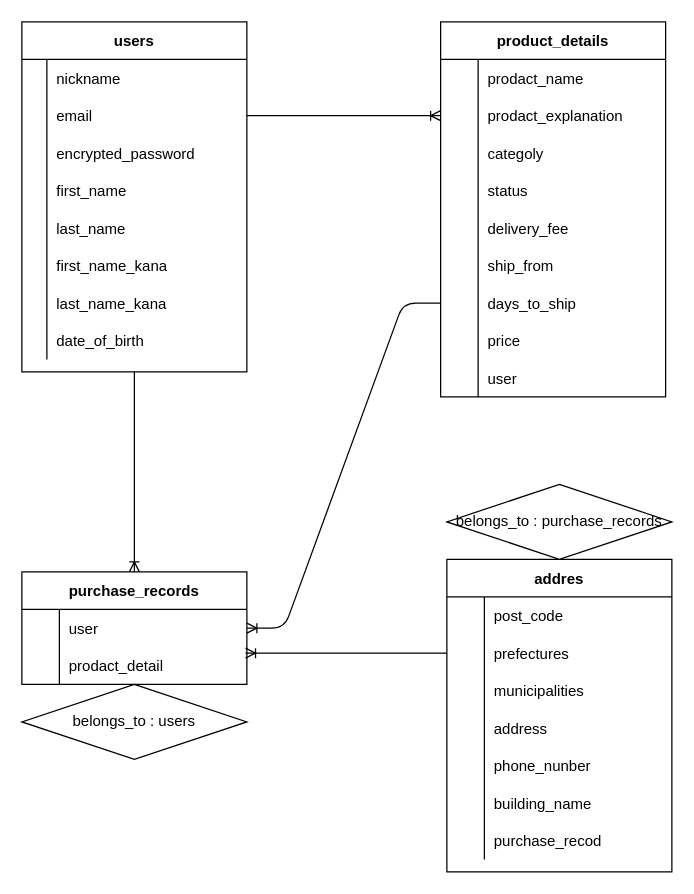
This is config/test.dio from kohei0811/furima-29622, a draw.io file, before an edit. Source tidied: cells renumbered, new cells numbered last; positions are measured from the earlier drawing's top-left corner, leaving out a move shared by most shapes. Both pictures are drawn from the tidied source at 125%, with x=0, y=0 at pixel (21, 21).
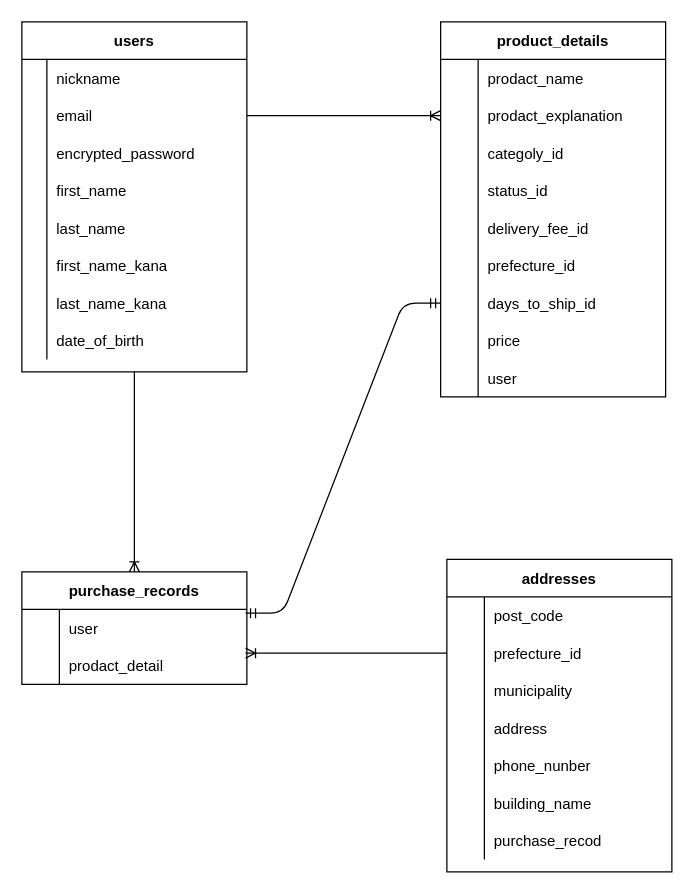
Above is the later version.

Commit message (it also covers changes not shown here):
ER図、READMEの修正4

The change refers to these unchanged cells:
```xml
<mxCell id="34" style="shape=partialRectangle;fillColor=none;top=0;left=0;bottom=0;right=0;" parent="27" vertex="1">
  <mxGeometry y="90" width="180" height="30" as="geometry" />
</mxCell>
<mxCell id="37" style="shape=partialRectangle;fillColor=none;top=0;left=0;bottom=0;right=0;" parent="27" vertex="1">
  <mxGeometry y="120" width="180" height="30" as="geometry" />
</mxCell>
<mxCell id="40" style="shape=partialRectangle;fillColor=none;top=0;left=0;bottom=0;right=0;" parent="27" vertex="1">
  <mxGeometry y="150" width="180" height="30" as="geometry" />
</mxCell>
<mxCell id="43" style="shape=partialRectangle;fillColor=none;top=0;left=0;bottom=0;right=0;" parent="27" vertex="1">
  <mxGeometry y="180" width="180" height="30" as="geometry" />
</mxCell>
<mxCell id="46" style="shape=partialRectangle;fillColor=none;top=0;left=0;bottom=0;right=0;points=[[0,0.5],[1,0.5]];portConstraint=eastwest;" parent="27" vertex="1">
  <mxGeometry y="210" width="180" height="30" as="geometry" />
</mxCell>
<mxCell id="55" value="purchase_records" style="shape=table;startSize=30;childLayout=tableLayout;rowLines=0;fontStyle=1;align=center;" parent="1" vertex="1">
  <mxGeometry y="440" width="180" height="90" as="geometry" />
</mxCell>
<mxCell id="56" style="shape=partialRectangle;fillColor=none;top=0;left=0;bottom=0;right=0;points=[[0,0.5],[1,0.5]];portConstraint=eastwest;" parent="55" vertex="1">
  <mxGeometry y="30" width="180" height="30" as="geometry" />
</mxCell>
<mxCell id="66" style="shape=partialRectangle;fillColor=none;top=0;left=0;bottom=0;right=0;points=[[0,0.5],[1,0.5]];portConstraint=eastwest;" parent="62" vertex="1">
  <mxGeometry y="60" width="180" height="30" as="geometry" />
</mxCell>
<mxCell id="69" style="shape=partialRectangle;fillColor=none;top=0;left=0;bottom=0;right=0;" parent="62" vertex="1">
  <mxGeometry y="90" width="180" height="30" as="geometry" />
</mxCell>
```

Change to the diagram source:
```diff
@@
-    <mxCell id="36" value="categoly" style="shape=partialRectangle;fillColor=none;top=0;left=0;bottom=0;right=0;align=left;spacingLeft=6;overflow=hidden;" parent="34" vertex="1">
+    <mxCell id="36" value="categoly_id" style="shape=partialRectangle;fillColor=none;top=0;left=0;bottom=0;right=0;align=left;spacingLeft=6;overflow=hidden;" parent="34" vertex="1">
       <mxGeometry x="30" width="150" height="30" as="geometry" />
     </mxCell>
@@
-    <mxCell id="39" value="status" style="shape=partialRectangle;fillColor=none;top=0;left=0;bottom=0;right=0;align=left;spacingLeft=6;overflow=hidden;" parent="37" vertex="1">
+    <mxCell id="39" value="status_id" style="shape=partialRectangle;fillColor=none;top=0;left=0;bottom=0;right=0;align=left;spacingLeft=6;overflow=hidden;" parent="37" vertex="1">
       <mxGeometry x="30" width="150" height="30" as="geometry" />
     </mxCell>
@@
-    <mxCell id="42" value="delivery_fee" style="shape=partialRectangle;fillColor=none;top=0;left=0;bottom=0;right=0;align=left;spacingLeft=6;overflow=hidden;" parent="40" vertex="1">
+    <mxCell id="42" value="delivery_fee_id" style="shape=partialRectangle;fillColor=none;top=0;left=0;bottom=0;right=0;align=left;spacingLeft=6;overflow=hidden;" parent="40" vertex="1">
       <mxGeometry x="30" width="150" height="30" as="geometry" />
     </mxCell>
@@
-    <mxCell id="45" value="ship_from" style="shape=partialRectangle;fillColor=none;top=0;left=0;bottom=0;right=0;align=left;spacingLeft=6;overflow=hidden;" parent="43" vertex="1">
+    <mxCell id="45" value="prefecture_id" style="shape=partialRectangle;fillColor=none;top=0;left=0;bottom=0;right=0;align=left;spacingLeft=6;overflow=hidden;" parent="43" vertex="1">
       <mxGeometry x="30" width="150" height="30" as="geometry" />
     </mxCell>
@@
-    <mxCell id="48" value="days_to_ship" style="shape=partialRectangle;fillColor=none;top=0;left=0;bottom=0;right=0;align=left;spacingLeft=6;overflow=hidden;" parent="46" vertex="1">
+    <mxCell id="48" value="days_to_ship_id" style="shape=partialRectangle;fillColor=none;top=0;left=0;bottom=0;right=0;align=left;spacingLeft=6;overflow=hidden;" parent="46" vertex="1">
       <mxGeometry x="30" width="150" height="30" as="geometry" />
     </mxCell>
@@
-    <mxCell id="62" value="addres" style="shape=table;startSize=30;childLayout=tableLayout;rowLines=0;fontStyle=1;align=center;" parent="1" vertex="1">
+    <mxCell id="62" value="addresses" style="shape=table;startSize=30;childLayout=tableLayout;rowLines=0;fontStyle=1;align=center;" parent="1" vertex="1">
       <mxGeometry x="340" y="430" width="180" height="250" as="geometry" />
     </mxCell>
@@
-    <mxCell id="68" value="prefectures" style="shape=partialRectangle;fillColor=none;top=0;left=0;bottom=0;right=0;align=left;spacingLeft=6;overflow=hidden;" parent="66" vertex="1">
+    <mxCell id="68" value="prefecture_id" style="shape=partialRectangle;fillColor=none;top=0;left=0;bottom=0;right=0;align=left;spacingLeft=6;overflow=hidden;" parent="66" vertex="1">
       <mxGeometry x="30" width="150" height="30" as="geometry" />
     </mxCell>
@@
-    <mxCell id="71" value="municipalities" style="shape=partialRectangle;fillColor=none;top=0;left=0;bottom=0;right=0;align=left;spacingLeft=6;overflow=hidden;" parent="69" vertex="1">
+    <mxCell id="71" value="municipality" style="shape=partialRectangle;fillColor=none;top=0;left=0;bottom=0;right=0;align=left;spacingLeft=6;overflow=hidden;" parent="69" vertex="1">
       <mxGeometry x="30" width="150" height="30" as="geometry" />
     </mxCell>
@@
-    <mxCell id="85" value="belongs_to : users" style="shape=rhombus;perimeter=rhombusPerimeter;whiteSpace=wrap;html=1;align=center;" parent="1" vertex="1">
-      <mxGeometry y="530" width="180" height="60" as="geometry" />
-    </mxCell>
@@
-    <mxCell id="87" value="belongs_to : purchase_records" style="shape=rhombus;perimeter=rhombusPerimeter;whiteSpace=wrap;html=1;align=center;" parent="1" vertex="1">
-      <mxGeometry x="340" y="370" width="180" height="60" as="geometry" />
-    </mxCell>
@@
-    <mxCell id="89" style="edgeStyle=entityRelationEdgeStyle;fontSize=12;html=1;endArrow=ERoneToMany;strokeWidth=1;entryX=1;entryY=0.5;entryDx=0;entryDy=0;exitX=0;exitY=0.5;exitDx=0;exitDy=0;" parent="1" edge="1" source="46" target="56">
-      <mxGeometry relative="1" as="geometry" />
-    </mxCell>
+    <mxCell id="90" style="edgeStyle=entityRelationEdgeStyle;fontSize=12;html=1;endArrow=ERmandOne;startArrow=ERmandOne;strokeWidth=1;exitX=0.994;exitY=0.367;exitDx=0;exitDy=0;exitPerimeter=0;entryX=0;entryY=0.5;entryDx=0;entryDy=0;" parent="1" edge="1" source="55" target="46">
+      <mxGeometry relative="1" as="geometry" />
+    </mxCell>
```
